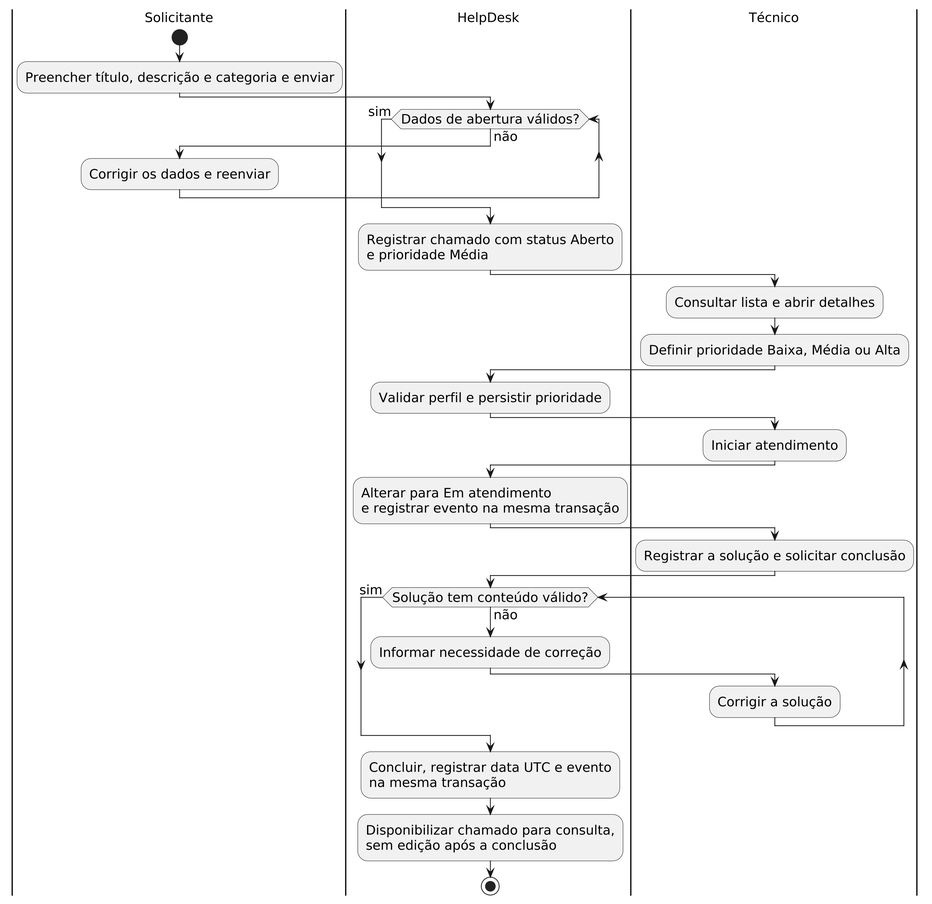
Lfijho/chamadosLES keeps this PlantUML diagram as docs/diagrams/sprint-2-activities.png. Above is the earlier version. Its source is kept beside it as docs/diagrams/sprint-2-activities.puml.
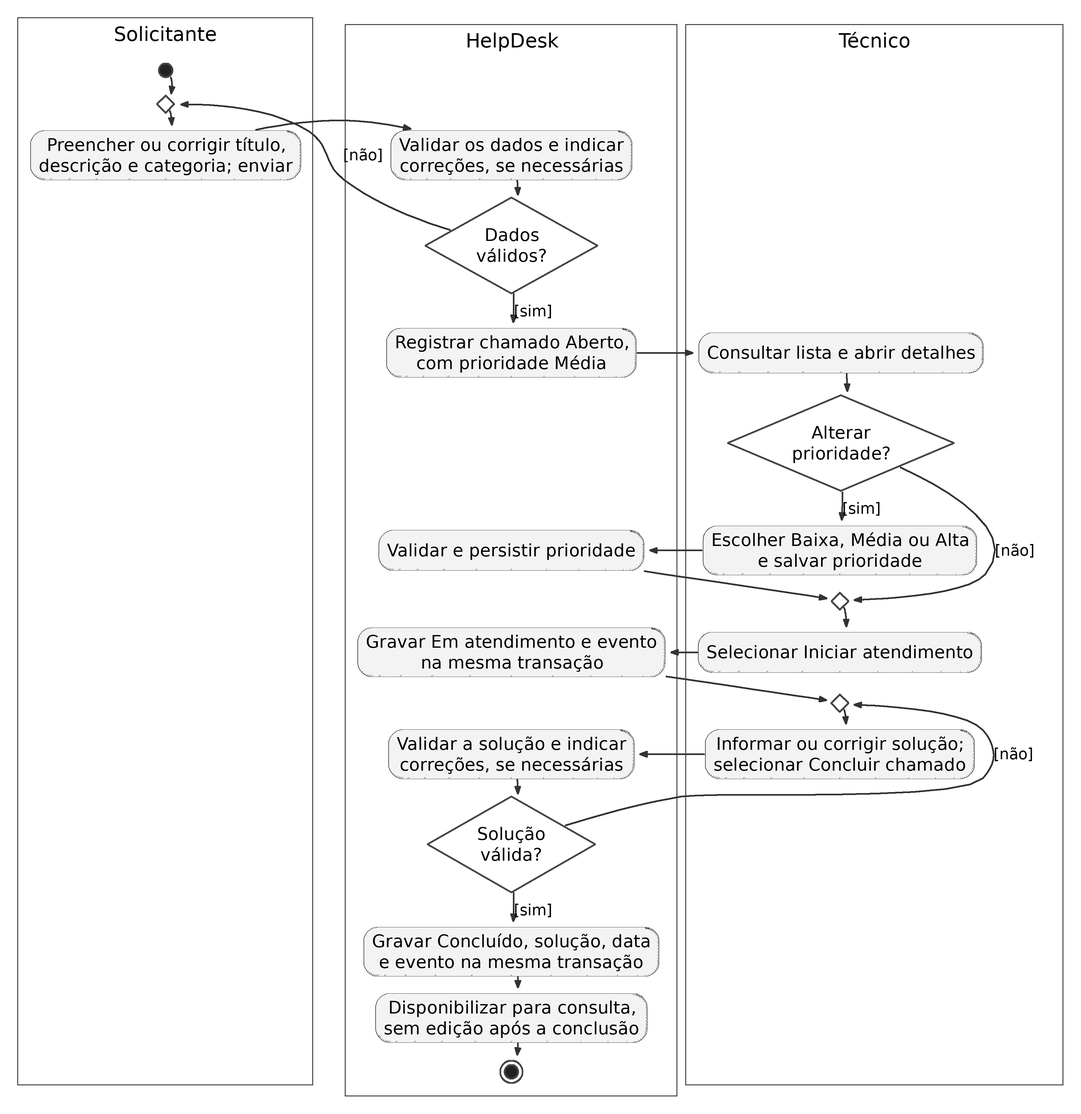
After the change.

What changed in the source:
```diff
@@ -1,44 +1,101 @@
-@startuml
-skinparam backgroundColor #FFFFFF
-skinparam shadowing false
-skinparam dpi 240
-skinparam defaultFontName SansSerif
-skinparam defaultFontSize 16
-skinparam ParticipantPadding 16
-skinparam maxMessageSize 230
-|Solicitante|
-start
-:Preencher título, descrição e categoria e enviar;
-|HelpDesk|
-while (Dados de abertura válidos?) is (não)
-  |Solicitante|
-  :Corrigir os dados e reenviar;
-  |HelpDesk|
-endwhile (sim)
-:Registrar chamado com status Aberto
-e prioridade Média;
-|Técnico|
-:Consultar lista e abrir detalhes;
-:Definir prioridade Baixa, Média ou Alta;
-|HelpDesk|
-:Validar perfil e persistir prioridade;
-|Técnico|
-:Iniciar atendimento;
-|HelpDesk|
-:Alterar para Em atendimento
-e registrar evento na mesma transação;
-|Técnico|
-:Registrar a solução e solicitar conclusão;
-|HelpDesk|
-while (Solução tem conteúdo válido?) is (não)
-  :Informar necessidade de correção;
-  |Técnico|
-  :Corrigir a solução;
-  |HelpDesk|
-endwhile (sim)
-:Concluir, registrar data UTC e evento
-na mesma transação;
-:Disponibilizar chamado para consulta,
-sem edição após a conclusão;
-stop
-@enduml
+@startdot
+digraph Atendimento {
+graph [newrank=true, ranksep=0.08, nodesep=0.22, dpi=240, bgcolor="white", pad=0.12];
+node [fontname="SansSerif", fontsize=16, color="#444444", penwidth=3, margin="0.10,0.04"];
+edge [fontname="SansSerif", fontsize=14, color="#333333", penwidth=3, arrowsize=0.65];
+subgraph cluster_s {
+label="Solicitante"; fontname="SansSerif"; fontsize=18; color="#444444"; penwidth=2; margin=12;
+start [shape=circle, label="", style=filled, fillcolor="#222222", width=0.18, height=0.18, fixedsize=true];
+mo [shape=diamond, label="", width=0.22, height=0.22, fixedsize=true];
+open [shape=box, style="rounded,filled", fillcolor="#F3F3F3", label="Preencher ou corrigir título,\ndescrição e categoria; enviar"];
+s3 [shape=point, width=0, height=0, style=invis];
+s4 [shape=point, width=0, height=0, style=invis];
+s5 [shape=point, width=0, height=0, style=invis];
+s6 [shape=point, width=0, height=0, style=invis];
+s7 [shape=point, width=0, height=0, style=invis];
+s8 [shape=point, width=0, height=0, style=invis];
+s9 [shape=point, width=0, height=0, style=invis];
+s10 [shape=point, width=0, height=0, style=invis];
+s11 [shape=point, width=0, height=0, style=invis];
+s12 [shape=point, width=0, height=0, style=invis];
+s13 [shape=point, width=0, height=0, style=invis];
+s14 [shape=point, width=0, height=0, style=invis];
+start -> mo -> open -> s3 -> s4 -> s5 -> s6 -> s7 -> s8 -> s9 -> s10 -> s11 -> s12 -> s13 -> s14 [style=invis, weight=100];
+}
+subgraph cluster_h {
+label="HelpDesk"; fontname="SansSerif"; fontsize=18; color="#444444"; penwidth=2; margin=12;
+h0 [shape=point, width=0, height=0, style=invis];
+h1 [shape=point, width=0, height=0, style=invis];
+vopen [shape=box, style="rounded,filled", fillcolor="#F3F3F3", label="Validar os dados e indicar\ncorreções, se necessárias"];
+dopen [shape=diamond, label="Dados\nválidos?", width=1.2, height=0.65];
+save [shape=box, style="rounded,filled", fillcolor="#F3F3F3", label="Registrar chamado Aberto,\ncom prioridade Média"];
+h5 [shape=point, width=0, height=0, style=invis];
+vp [shape=box, style="rounded,filled", fillcolor="#F3F3F3", label="Validar e persistir prioridade"];
+h7 [shape=point, width=0, height=0, style=invis];
+progress [shape=box, style="rounded,filled", fillcolor="#F3F3F3", label="Gravar Em atendimento e evento\nna mesma transação"];
+h9 [shape=point, width=0, height=0, style=invis];
+vsolution [shape=box, style="rounded,filled", fillcolor="#F3F3F3", label="Validar a solução e indicar\ncorreções, se necessárias"];
+ds [shape=diamond, label="Solução\nválida?", width=1.2, height=0.65];
+finish [shape=box, style="rounded,filled", fillcolor="#F3F3F3", label="Gravar Concluído, solução, data\ne evento na mesma transação"];
+read [shape=box, style="rounded,filled", fillcolor="#F3F3F3", label="Disponibilizar para consulta,\nsem edição após a conclusão"];
+stop [shape=doublecircle, label="", style=filled, fillcolor="#222222", width=0.18, height=0.18, fixedsize=true];
+h0 -> h1 -> vopen -> dopen -> save -> h5 -> vp -> h7 -> progress -> h9 -> vsolution -> ds -> finish -> read -> stop [style=invis, weight=100];
+}
+subgraph cluster_t {
+label="Técnico"; fontname="SansSerif"; fontsize=18; color="#444444"; penwidth=2; margin=12;
+t0 [shape=point, width=0, height=0, style=invis];
+t1 [shape=point, width=0, height=0, style=invis];
+t2 [shape=point, width=0, height=0, style=invis];
+t3 [shape=point, width=0, height=0, style=invis];
+consult [shape=box, style="rounded,filled", fillcolor="#F3F3F3", label="Consultar lista e abrir detalhes"];
+dp [shape=diamond, label="Alterar\nprioridade?", width=1.2, height=0.65];
+priority [shape=box, style="rounded,filled", fillcolor="#F3F3F3", label="Escolher Baixa, Média ou Alta\ne salvar prioridade"];
+mp [shape=diamond, label="", width=0.22, height=0.22, fixedsize=true];
+begin [shape=box, style="rounded,filled", fillcolor="#F3F3F3", label="Selecionar Iniciar atendimento"];
+ms [shape=diamond, label="", width=0.22, height=0.22, fixedsize=true];
+solution [shape=box, style="rounded,filled", fillcolor="#F3F3F3", label="Informar ou corrigir solução;\nselecionar Concluir chamado"];
+t11 [shape=point, width=0, height=0, style=invis];
+t12 [shape=point, width=0, height=0, style=invis];
+t13 [shape=point, width=0, height=0, style=invis];
+t14 [shape=point, width=0, height=0, style=invis];
+t0 -> t1 -> t2 -> t3 -> consult -> dp -> priority -> mp -> begin -> ms -> solution -> t11 -> t12 -> t13 -> t14 [style=invis, weight=100];
+}
+{rank=same; start; h0; t0;}
+{rank=same; mo; h1; t1;}
+{rank=same; open; vopen; t2;}
+{rank=same; s3; dopen; t3;}
+{rank=same; s4; save; consult;}
+{rank=same; s5; h5; dp;}
+{rank=same; s6; vp; priority;}
+{rank=same; s7; h7; mp;}
+{rank=same; s8; progress; begin;}
+{rank=same; s9; h9; ms;}
+{rank=same; s10; vsolution; solution;}
+{rank=same; s11; ds; t11;}
+{rank=same; s12; finish; t12;}
+{rank=same; s13; read; t13;}
+{rank=same; s14; stop; t14;}
+start -> mo [label=""];
+mo -> open [label=""];
+open -> vopen [label=""];
+vopen -> dopen [label=""];
+dopen -> save [label="[sim]"];
+dopen -> mo [label="[não]", constraint=false];
+save -> consult [label=""];
+consult -> dp [label=""];
+dp -> priority [label="[sim]"];
+priority -> vp [label=""];
+vp -> mp [label=""];
+dp -> mp [label="[não]", constraint=false];
+mp -> begin [label=""];
+begin -> progress [label=""];
+progress -> ms [label=""];
+ms -> solution [label=""];
+solution -> vsolution [label=""];
+vsolution -> ds [label=""];
+ds -> finish [label="[sim]"];
+ds -> ms [label="[não]", constraint=false];
+finish -> read [label=""];
+read -> stop [label=""];
+}
+@enddot
```
